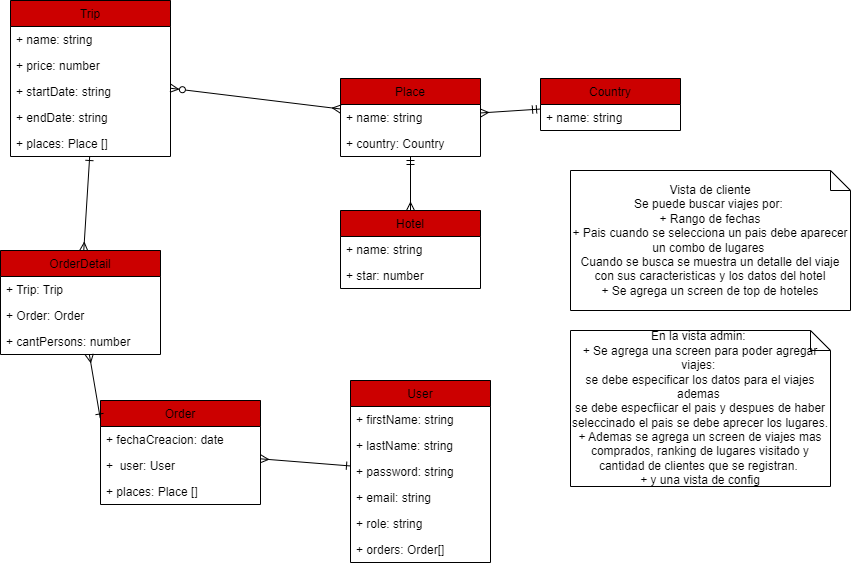
Before: diagram.drawio.png, a diagram exported from draw.io (gastoncba/fast-tour). Source tidied: cells renumbered, new cells last; positions are measured from the earlier drawing's top-left corner, leaving out a move shared by most shapes.
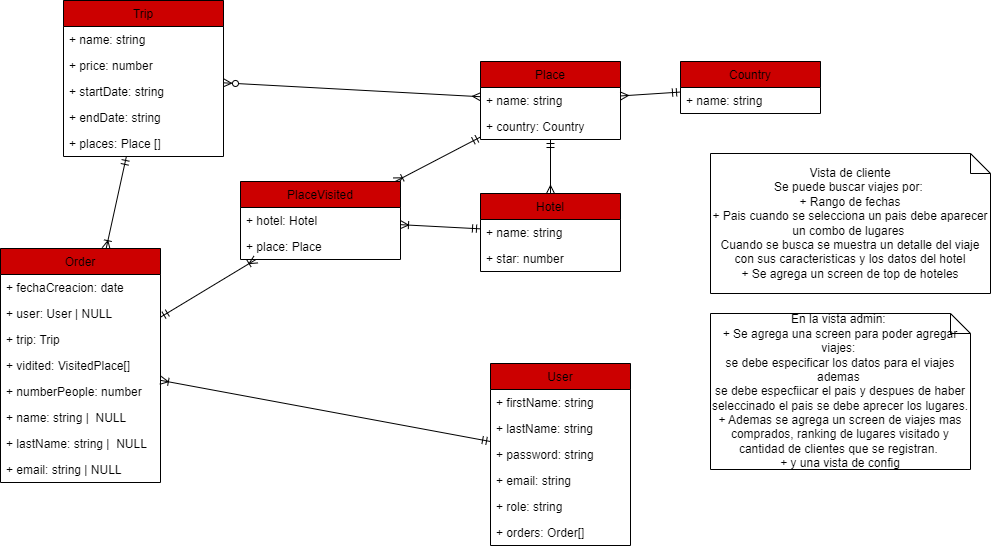
The same diagram one commit later.

What changed in the source:
```diff
@@ -3,7 +3,7 @@
     <mxCell id="0" />
     <mxCell id="1" parent="0" />
     <mxCell id="2" value="Trip" style="swimlane;fontStyle=0;horizontal=1;startSize=26;fillColor=#CC0000;" parent="1" vertex="1">
-      <mxGeometry x="10" width="160" height="156" as="geometry" />
+      <mxGeometry x="-77" y="17" width="160" height="156" as="geometry" />
     </mxCell>
     <mxCell id="3" value="+ name: string" style="text;strokeColor=none;fillColor=none;align=left;verticalAlign=top;spacingLeft=4;spacingRight=4;overflow=hidden;" parent="2" vertex="1">
       <mxGeometry y="26" width="160" height="26" as="geometry" />
@@ -59,9 +59,6 @@
     <mxCell id="20" value="En la vista admin:&amp;nbsp;&lt;br&gt;+ Se agrega una screen para poder agregar viajes:&amp;nbsp;&lt;br&gt;se debe especificar los datos para el viajes ademas&amp;nbsp;&lt;br&gt;se debe especfiicar el pais y despues de haber seleccinado el pais se debe aprecer los lugares.&lt;br&gt;+ Ademas se agrega un screen de viajes mas comprados, ranking de lugares visitado y cantidad de clientes que se registran.&amp;nbsp;&lt;br&gt;+ y una vista de config" style="shape=note;size=20;whiteSpace=wrap;html=1;" parent="1" vertex="1">
       <mxGeometry x="570" y="330" width="260" height="156" as="geometry" />
     </mxCell>
-    <mxCell id="21" style="edgeStyle=none;html=1;startArrow=ERone;startFill=0;endArrow=ERmany;endFill=0;" parent="1" edge="1" source="22" target="29">
-      <mxGeometry relative="1" as="geometry" />
-    </mxCell>
     <mxCell id="22" value="User" style="swimlane;fontStyle=0;horizontal=1;startSize=26;fillColor=#CC0000;" parent="1" vertex="1">
       <mxGeometry x="350" y="380" width="140" height="182" as="geometry" />
     </mxCell>
@@ -83,35 +80,56 @@
     <mxCell id="28" value="+ orders: Order[]&#10;" style="text;strokeColor=none;fillColor=none;align=left;verticalAlign=top;spacingLeft=4;spacingRight=4;overflow=hidden;" parent="22" vertex="1">
       <mxGeometry y="156" width="140" height="26" as="geometry" />
     </mxCell>
+    <mxCell id="39" style="edgeStyle=none;html=1;startArrow=ERoneToMany;startFill=0;endArrow=ERmandOne;endFill=0;" parent="1" edge="1" source="29" target="2">
+      <mxGeometry relative="1" as="geometry" />
+    </mxCell>
+    <mxCell id="40" style="edgeStyle=none;html=1;startArrow=ERmandOne;startFill=0;endArrow=ERoneToMany;endFill=0;" parent="1" edge="1" source="29" target="49">
+      <mxGeometry relative="1" as="geometry" />
+    </mxCell>
+    <mxCell id="41" style="edgeStyle=none;html=1;startArrow=ERoneToMany;startFill=0;endArrow=ERmandOne;endFill=0;" parent="1" edge="1" source="29" target="22">
+      <mxGeometry relative="1" as="geometry" />
+    </mxCell>
     <mxCell id="29" value="Order" style="swimlane;fontStyle=0;horizontal=1;startSize=26;fillColor=#CC0000;" parent="1" vertex="1">
-      <mxGeometry x="100" y="400" width="160" height="104" as="geometry" />
+      <mxGeometry x="-140" y="265" width="160" height="234" as="geometry" />
     </mxCell>
     <mxCell id="30" value="+ fechaCreacion: date" style="text;strokeColor=none;fillColor=none;align=left;verticalAlign=top;spacingLeft=4;spacingRight=4;overflow=hidden;" parent="29" vertex="1">
       <mxGeometry y="26" width="160" height="26" as="geometry" />
     </mxCell>
-    <mxCell id="31" value="+  user: User" style="text;strokeColor=none;fillColor=none;align=left;verticalAlign=top;spacingLeft=4;spacingRight=4;overflow=hidden;" parent="29" vertex="1">
+    <mxCell id="31" value="+ user: User | NULL" style="text;strokeColor=none;fillColor=none;align=left;verticalAlign=top;spacingLeft=4;spacingRight=4;overflow=hidden;" parent="29" vertex="1">
       <mxGeometry y="52" width="160" height="26" as="geometry" />
     </mxCell>
-    <mxCell id="32" value="+ places: Place []" style="text;strokeColor=none;fillColor=none;align=left;verticalAlign=top;spacingLeft=4;spacingRight=4;overflow=hidden;" parent="29" vertex="1">
+    <mxCell id="32" value="+ trip: Trip" style="text;strokeColor=none;fillColor=none;align=left;verticalAlign=top;spacingLeft=4;spacingRight=4;overflow=hidden;" parent="29" vertex="1">
       <mxGeometry y="78" width="160" height="26" as="geometry" />
     </mxCell>
-    <mxCell id="33" style="edgeStyle=none;html=1;startArrow=ERmany;startFill=0;endArrow=ERone;endFill=0;" parent="1" edge="1" source="34" target="7">
-      <mxGeometry relative="1" as="geometry" />
-    </mxCell>
-    <mxCell id="34" value="OrderDetail" style="swimlane;fontStyle=0;horizontal=1;startSize=26;fillColor=#CC0000;" parent="1" vertex="1">
-      <mxGeometry y="250" width="160" height="104" as="geometry" />
-    </mxCell>
-    <mxCell id="35" value="+ Trip: Trip &#10;" style="text;strokeColor=none;fillColor=none;align=left;verticalAlign=top;spacingLeft=4;spacingRight=4;overflow=hidden;" parent="34" vertex="1">
-      <mxGeometry y="26" width="160" height="26" as="geometry" />
-    </mxCell>
-    <mxCell id="36" value="+ Order: Order" style="text;strokeColor=none;fillColor=none;align=left;verticalAlign=top;spacingLeft=4;spacingRight=4;overflow=hidden;" parent="34" vertex="1">
-      <mxGeometry y="52" width="160" height="26" as="geometry" />
-    </mxCell>
-    <mxCell id="37" value="+ cantPersons: number" style="text;strokeColor=none;fillColor=none;align=left;verticalAlign=top;spacingLeft=4;spacingRight=4;overflow=hidden;" parent="34" vertex="1">
-      <mxGeometry y="78" width="160" height="26" as="geometry" />
-    </mxCell>
-    <mxCell id="38" style="edgeStyle=none;html=1;startArrow=ERmany;startFill=0;endArrow=ERone;endFill=0;entryX=-0.002;entryY=0.168;entryDx=0;entryDy=0;entryPerimeter=0;" parent="1" edge="1" source="34" target="29">
-      <mxGeometry relative="1" as="geometry" />
-    </mxCell>
+    <mxCell id="42" value="+ vidited: VisitedPlace[]" style="text;strokeColor=none;fillColor=none;align=left;verticalAlign=top;spacingLeft=4;spacingRight=4;overflow=hidden;" parent="29" vertex="1">
+      <mxGeometry y="104" width="160" height="26" as="geometry" />
+    </mxCell>
+    <mxCell id="43" value="+ numberPeople: number" style="text;strokeColor=none;fillColor=none;align=left;verticalAlign=top;spacingLeft=4;spacingRight=4;overflow=hidden;" parent="29" vertex="1">
+      <mxGeometry y="130" width="160" height="26" as="geometry" />
+    </mxCell>
+    <mxCell id="44" value="+ name: string |  NULL " style="text;strokeColor=none;fillColor=none;align=left;verticalAlign=top;spacingLeft=4;spacingRight=4;overflow=hidden;" parent="29" vertex="1">
+      <mxGeometry y="156" width="160" height="26" as="geometry" />
+    </mxCell>
+    <mxCell id="45" value="+ lastName: string |  NULL " style="text;strokeColor=none;fillColor=none;align=left;verticalAlign=top;spacingLeft=4;spacingRight=4;overflow=hidden;" parent="29" vertex="1">
+      <mxGeometry y="182" width="160" height="26" as="geometry" />
+    </mxCell>
+    <mxCell id="46" value="+ email: string | NULL " style="text;strokeColor=none;fillColor=none;align=left;verticalAlign=top;spacingLeft=4;spacingRight=4;overflow=hidden;" parent="29" vertex="1">
+      <mxGeometry y="208" width="160" height="26" as="geometry" />
+    </mxCell>
+    <mxCell id="47" style="edgeStyle=none;html=1;startArrow=ERoneToMany;startFill=0;endArrow=ERmandOne;endFill=0;" parent="1" edge="1" source="49" target="8">
+      <mxGeometry relative="1" as="geometry" />
+    </mxCell>
+    <mxCell id="48" style="edgeStyle=none;html=1;startArrow=ERoneToMany;startFill=0;endArrow=ERmandOne;endFill=0;" parent="1" edge="1" source="49" target="11">
+      <mxGeometry relative="1" as="geometry" />
+    </mxCell>
+    <mxCell id="49" value="PlaceVisited" style="swimlane;fontStyle=0;horizontal=1;startSize=26;fillColor=#CC0000;" parent="1" vertex="1">
+      <mxGeometry x="100" y="198" width="160" height="78" as="geometry" />
+    </mxCell>
+    <mxCell id="50" value="+ hotel: Hotel" style="text;strokeColor=none;fillColor=none;align=left;verticalAlign=top;spacingLeft=4;spacingRight=4;overflow=hidden;" parent="49" vertex="1">
+      <mxGeometry y="26" width="160" height="26" as="geometry" />
+    </mxCell>
+    <mxCell id="51" value="+ place: Place&#10;" style="text;strokeColor=none;fillColor=none;align=left;verticalAlign=top;spacingLeft=4;spacingRight=4;overflow=hidden;" parent="49" vertex="1">
+      <mxGeometry y="52" width="160" height="26" as="geometry" />
+    </mxCell>
   </root>
 </mxGraphModel>
```
